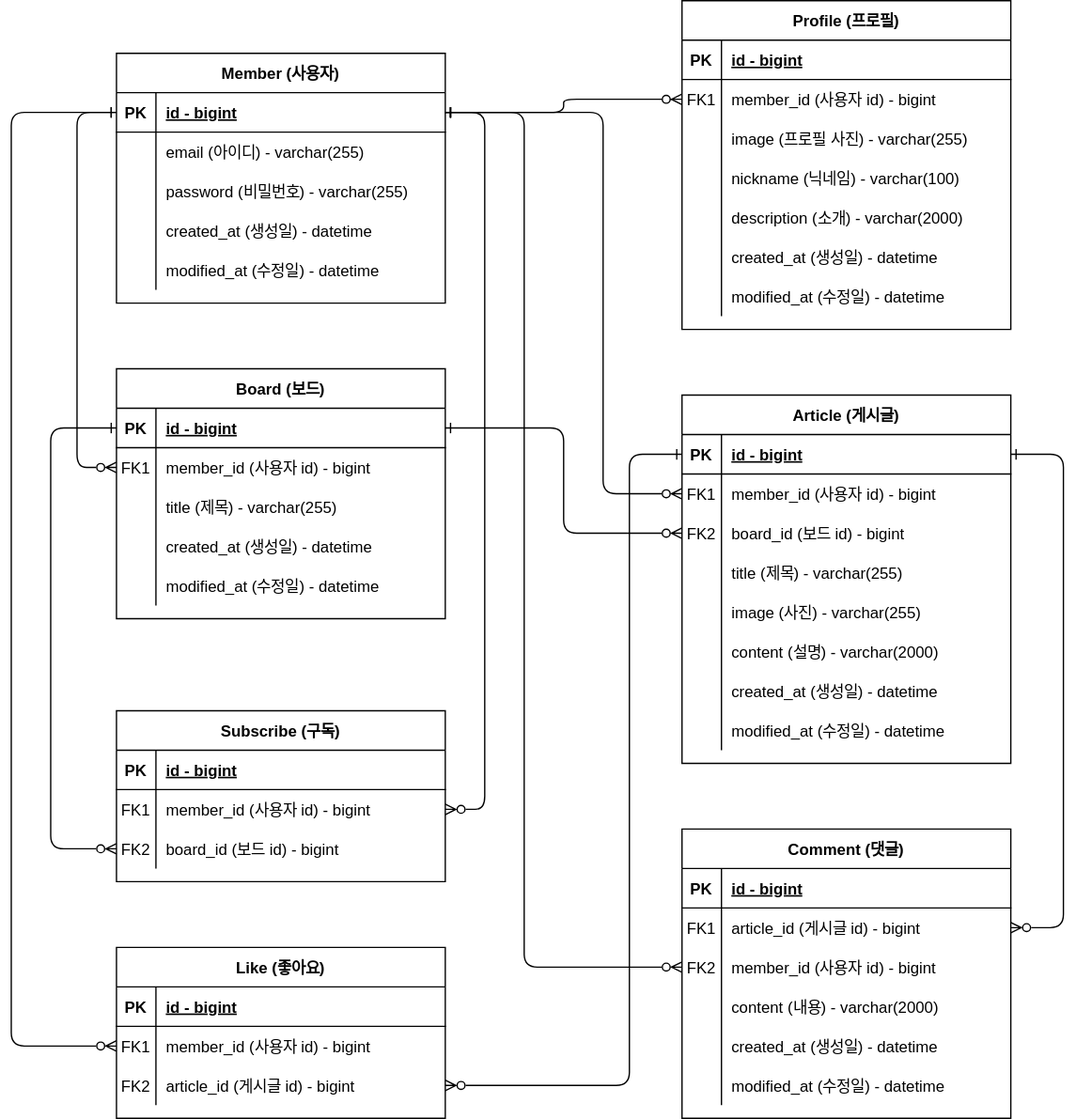
yessm621/pinterest keeps this draw.io diagram as document/erd.svg. Above is the earlier version. Source tidied: cells renumbered, new cells last; positions are measured from the earlier drawing's top-left corner, leaving out a move shared by most shapes.
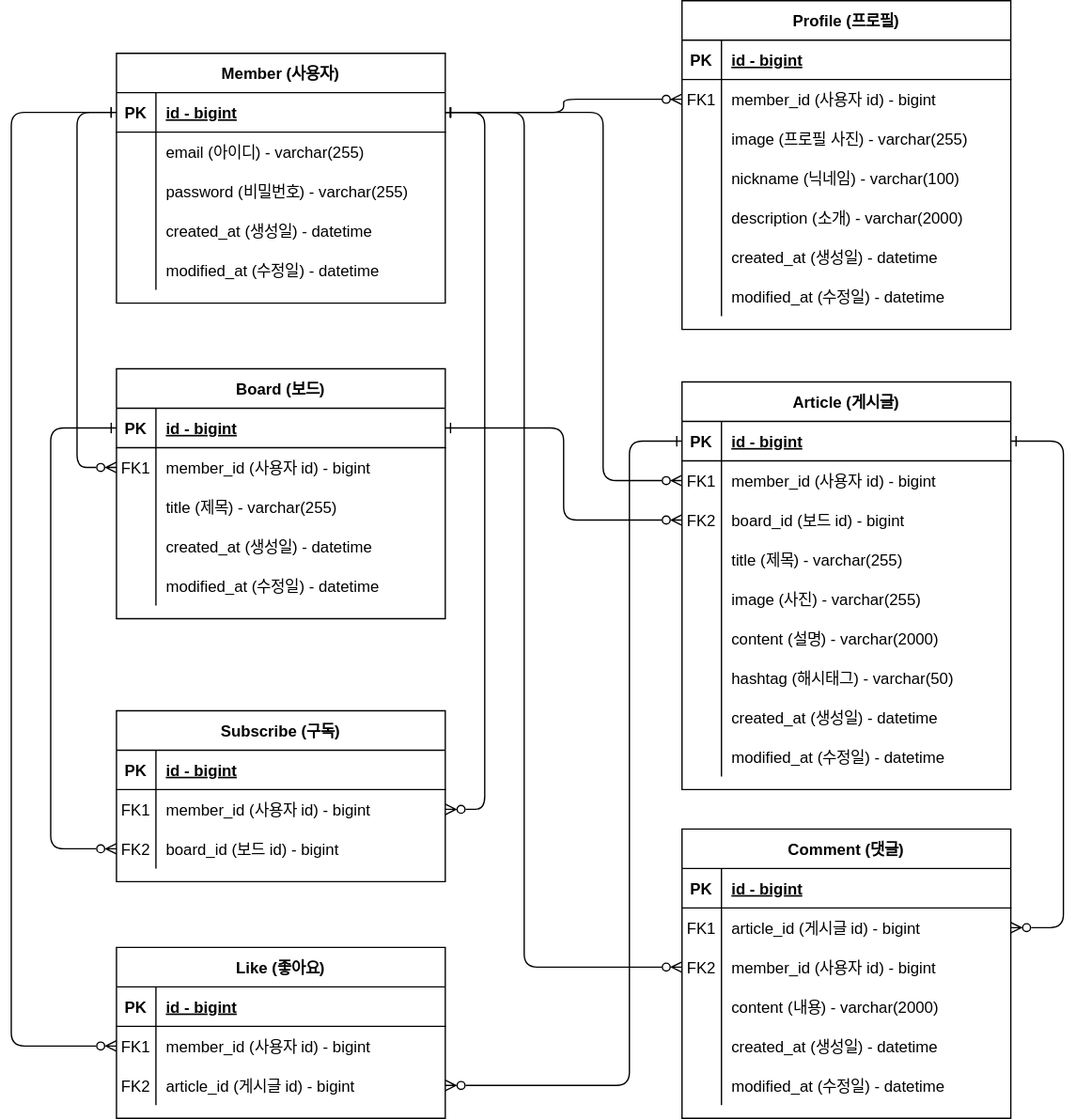
The same diagram one commit later.

Commit message:
#4 - 게시글 해시태그 필드 추가

Diff of the diagram source:
```diff
@@ -72,7 +72,7 @@
       <mxGeometry x="30" width="220" height="30" as="geometry" />
     </mxCell>
     <mxCell id="25" value="Article (게시글)" style="shape=table;startSize=30;rowLines=0;fontStyle=1;align=center;" parent="1" vertex="1">
-      <mxGeometry x="510" y="300" width="250" height="280" as="geometry" />
+      <mxGeometry x="510" y="290" width="250" height="310" as="geometry" />
     </mxCell>
     <mxCell id="26" style="shape=partialRectangle;fillColor=none;points=[[0,0.5],[1,0.5]];portConstraint=eastwest;top=0;left=0;right=0;bottom=1;" parent="25" vertex="1">
       <mxGeometry y="30" width="250" height="30" as="geometry" />
@@ -128,8 +128,17 @@
     <mxCell id="43" value="content (설명) - varchar(2000)" style="shape=partialRectangle;overflow=hidden;fillColor=none;top=0;left=0;bottom=0;right=0;align=left;spacingLeft=6;" parent="41" vertex="1">
       <mxGeometry x="30" width="220" height="30" as="geometry" />
     </mxCell>
+    <mxCell id="130" style="shape=partialRectangle;fillColor=none;top=0;left=0;right=0;bottom=0;" parent="25" vertex="1">
+      <mxGeometry y="210" width="250" height="30" as="geometry" />
+    </mxCell>
+    <mxCell id="131" style="shape=partialRectangle;overflow=hidden;fillColor=none;top=0;left=0;bottom=0;right=0;" parent="130" vertex="1">
+      <mxGeometry width="30" height="30" as="geometry" />
+    </mxCell>
+    <mxCell id="132" value="hashtag (해시태그) - varchar(50)" style="shape=partialRectangle;overflow=hidden;fillColor=none;top=0;left=0;bottom=0;right=0;align=left;spacingLeft=6;" parent="130" vertex="1">
+      <mxGeometry x="30" width="220" height="30" as="geometry" />
+    </mxCell>
     <mxCell id="44" style="shape=partialRectangle;fillColor=none;top=0;left=0;right=0;bottom=0;" parent="25" vertex="1">
-      <mxGeometry y="210" width="250" height="30" as="geometry" />
+      <mxGeometry y="240" width="250" height="30" as="geometry" />
     </mxCell>
     <mxCell id="45" style="shape=partialRectangle;overflow=hidden;fillColor=none;top=0;left=0;bottom=0;right=0;" parent="44" vertex="1">
       <mxGeometry width="30" height="30" as="geometry" />
@@ -138,7 +147,7 @@
       <mxGeometry x="30" width="220" height="30" as="geometry" />
     </mxCell>
     <mxCell id="47" style="shape=partialRectangle;fillColor=none;top=0;left=0;right=0;bottom=0;" parent="25" vertex="1">
-      <mxGeometry y="240" width="250" height="30" as="geometry" />
+      <mxGeometry y="270" width="250" height="30" as="geometry" />
     </mxCell>
     <mxCell id="48" style="shape=partialRectangle;overflow=hidden;fillColor=none;top=0;left=0;bottom=0;right=0;" parent="47" vertex="1">
       <mxGeometry width="30" height="30" as="geometry" />
@@ -371,7 +380,7 @@
       <mxGeometry relative="1" as="geometry">
         <Array as="points">
           <mxPoint x="450" y="85" />
-          <mxPoint x="450" y="375" />
+          <mxPoint x="450" y="365" />
         </Array>
       </mxGeometry>
     </mxCell>
@@ -381,7 +390,7 @@
     <mxCell id="124" style="edgeStyle=orthogonalEdgeStyle;shape=connector;rounded=1;jettySize=auto;html=1;exitX=1;exitY=0.5;exitDx=0;exitDy=0;entryX=1;entryY=0.5;entryDx=0;entryDy=0;labelBackgroundColor=default;strokeColor=default;fontFamily=Helvetica;fontSize=11;fontColor=default;startArrow=ERone;startFill=0;endArrow=ERzeroToMany;endFill=0;" parent="1" edge="1" source="26" target="86">
       <mxGeometry relative="1" as="geometry">
         <Array as="points">
-          <mxPoint x="800" y="345" />
+          <mxPoint x="800" y="335" />
           <mxPoint x="800" y="705" />
         </Array>
       </mxGeometry>
@@ -413,7 +422,7 @@
     <mxCell id="128" style="edgeStyle=orthogonalEdgeStyle;shape=connector;rounded=1;jettySize=auto;html=1;exitX=0;exitY=0.5;exitDx=0;exitDy=0;labelBackgroundColor=default;strokeColor=default;fontFamily=Helvetica;fontSize=11;fontColor=default;startArrow=ERone;startFill=0;endArrow=ERzeroToMany;endFill=0;" parent="1" edge="1" source="26" target="118">
       <mxGeometry relative="1" as="geometry">
         <Array as="points">
-          <mxPoint x="470" y="345" />
+          <mxPoint x="470" y="335" />
           <mxPoint x="470" y="825" />
         </Array>
       </mxGeometry>
```
